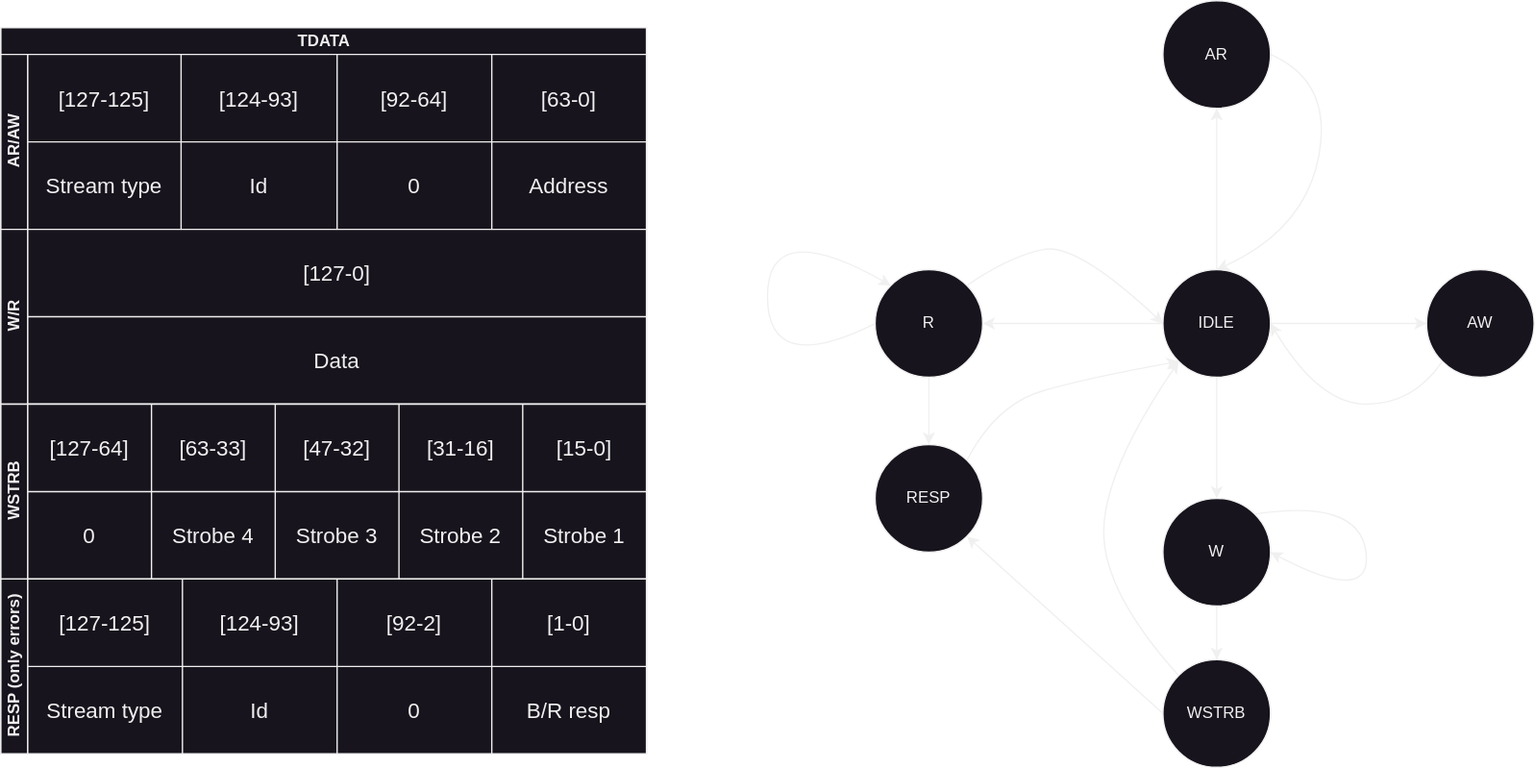
The draw.io diagram StateMachine.svg in BU-Cyber-Physical-Systems-Lab/EthHelper, before a commit. Source tidied: cells renumbered, new cells last; positions are measured from the earlier drawing's top-left corner, leaving out a move shared by most shapes. The source it was exported from:
```xml
<mxGraphModel>
  <root>
    <mxCell id="0" />
    <mxCell id="1" parent="0" />
    <mxCell id="2" value="IDLE" style="ellipse;whiteSpace=wrap;html=1;" parent="1" vertex="1">
      <mxGeometry x="864" y="200" width="80" height="80" as="geometry" />
    </mxCell>
    <mxCell id="3" value="AR" style="ellipse;whiteSpace=wrap;html=1;" parent="1" vertex="1">
      <mxGeometry x="864" width="80" height="80" as="geometry" />
    </mxCell>
    <mxCell id="4" value="R" style="ellipse;whiteSpace=wrap;html=1;" parent="1" vertex="1">
      <mxGeometry x="650" y="200" width="80" height="80" as="geometry" />
    </mxCell>
    <mxCell id="5" style="endArrow=classic;html=1;rounded=0;entryX=0.5;entryY=1;entryDx=0;entryDy=0;exitX=0.5;exitY=0;exitDx=0;exitDy=0;" parent="1" edge="1" source="2" target="3">
      <mxGeometry relative="1" as="geometry" />
    </mxCell>
    <mxCell id="6" style="curved=1;endArrow=classic;html=1;rounded=0;exitX=1;exitY=0.5;exitDx=0;exitDy=0;entryX=0.5;entryY=0;entryDx=0;entryDy=0;" parent="1" edge="1" source="3" target="2">
      <mxGeometry relative="1" as="geometry">
        <Array as="points">
          <mxPoint x="990" y="60" />
          <mxPoint x="970" y="170" />
        </Array>
      </mxGeometry>
    </mxCell>
    <mxCell id="7" style="endArrow=classic;html=1;rounded=0;exitX=0;exitY=0.5;exitDx=0;exitDy=0;entryX=1;entryY=0.5;entryDx=0;entryDy=0;" parent="1" edge="1" source="2" target="4">
      <mxGeometry relative="1" as="geometry" />
    </mxCell>
    <mxCell id="8" style="curved=1;endArrow=classic;html=1;rounded=0;exitX=0;exitY=0.5;exitDx=0;exitDy=0;entryX=0;entryY=0;entryDx=0;entryDy=0;" parent="1" edge="1" source="4" target="4">
      <mxGeometry relative="1" as="geometry">
        <Array as="points">
          <mxPoint x="570" y="280" />
          <mxPoint x="570" y="160" />
        </Array>
      </mxGeometry>
    </mxCell>
    <mxCell id="9" style="curved=1;endArrow=classic;html=1;rounded=0;exitX=1;exitY=0;exitDx=0;exitDy=0;entryX=0;entryY=0.5;entryDx=0;entryDy=0;" parent="1" edge="1" source="4" target="2">
      <mxGeometry relative="1" as="geometry">
        <Array as="points">
          <mxPoint x="750" y="190" />
          <mxPoint x="800" y="180" />
        </Array>
      </mxGeometry>
    </mxCell>
    <mxCell id="10" value="AW" style="ellipse;whiteSpace=wrap;html=1;" parent="1" vertex="1">
      <mxGeometry x="1060" y="200" width="80" height="80" as="geometry" />
    </mxCell>
    <mxCell id="11" style="endArrow=classic;html=1;rounded=0;exitX=1;exitY=0.5;exitDx=0;exitDy=0;entryX=0;entryY=0.5;entryDx=0;entryDy=0;" parent="1" edge="1" source="2" target="10">
      <mxGeometry relative="1" as="geometry" />
    </mxCell>
    <mxCell id="12" style="curved=1;endArrow=classic;html=1;rounded=0;exitX=0;exitY=1;exitDx=0;exitDy=0;entryX=1;entryY=0.5;entryDx=0;entryDy=0;" parent="1" edge="1" source="10" target="2">
      <mxGeometry relative="1" as="geometry">
        <Array as="points">
          <mxPoint x="1050" y="300" />
          <mxPoint x="980" y="300" />
        </Array>
      </mxGeometry>
    </mxCell>
    <mxCell id="13" value="W" style="ellipse;whiteSpace=wrap;html=1;" parent="1" vertex="1">
      <mxGeometry x="864" y="370" width="80" height="80" as="geometry" />
    </mxCell>
    <mxCell id="14" value="WSTRB" style="ellipse;whiteSpace=wrap;html=1;" parent="1" vertex="1">
      <mxGeometry x="864" y="490" width="80" height="80" as="geometry" />
    </mxCell>
    <mxCell id="15" value="RESP" style="ellipse;whiteSpace=wrap;html=1;" parent="1" vertex="1">
      <mxGeometry x="650" y="330" width="80" height="80" as="geometry" />
    </mxCell>
    <mxCell id="16" style="endArrow=classic;html=1;rounded=0;exitX=0.5;exitY=1;exitDx=0;exitDy=0;entryX=0.5;entryY=0;entryDx=0;entryDy=0;" parent="1" edge="1" source="2" target="13">
      <mxGeometry relative="1" as="geometry" />
    </mxCell>
    <mxCell id="17" style="endArrow=classic;html=1;rounded=0;exitX=0.5;exitY=1;exitDx=0;exitDy=0;entryX=0.5;entryY=0;entryDx=0;entryDy=0;" parent="1" edge="1" source="13" target="14">
      <mxGeometry relative="1" as="geometry" />
    </mxCell>
    <mxCell id="18" style="endArrow=classic;html=1;rounded=0;exitX=0;exitY=0.5;exitDx=0;exitDy=0;entryX=1;entryY=1;entryDx=0;entryDy=0;" parent="1" edge="1" source="14" target="15">
      <mxGeometry relative="1" as="geometry" />
    </mxCell>
    <mxCell id="19" style="curved=1;endArrow=classic;html=1;rounded=0;entryX=0;entryY=1;entryDx=0;entryDy=0;exitX=1;exitY=0;exitDx=0;exitDy=0;" parent="1" edge="1" source="15" target="2">
      <mxGeometry relative="1" as="geometry">
        <Array as="points">
          <mxPoint x="740" y="300" />
          <mxPoint x="810" y="280" />
        </Array>
      </mxGeometry>
    </mxCell>
    <mxCell id="20" style="curved=1;endArrow=classic;html=1;rounded=0;exitX=1;exitY=0;exitDx=0;exitDy=0;entryX=1;entryY=0.5;entryDx=0;entryDy=0;" parent="1" edge="1" source="13" target="13">
      <mxGeometry relative="1" as="geometry">
        <Array as="points">
          <mxPoint x="1010" y="370" />
          <mxPoint x="1020" y="450" />
        </Array>
      </mxGeometry>
    </mxCell>
    <mxCell id="21" value="TDATA" style="swimlane;horizontal=1;startSize=20;html=1;" parent="1" vertex="1">
      <mxGeometry y="20" width="480" height="540" as="geometry" />
    </mxCell>
    <mxCell id="22" value="AR/AW" style="swimlane;startSize=20;horizontal=0;html=1;" parent="21" vertex="1">
      <mxGeometry y="20" width="480" height="130" as="geometry" />
    </mxCell>
    <mxCell id="23" style="shape=table;startSize=0;fontSize=16;" parent="22" vertex="1">
      <mxGeometry x="20" width="460" height="130" as="geometry" />
    </mxCell>
    <mxCell id="24" style="shape=tableRow;horizontal=0;startSize=0;swimlaneHead=0;swimlaneBody=0;strokeColor=inherit;top=0;left=0;bottom=0;right=0;fillColor=none;fontSize=16;" parent="23" vertex="1">
      <mxGeometry width="460" height="65" as="geometry" />
    </mxCell>
    <mxCell id="25" value="[127-125]" style="shape=partialRectangle;html=1;whiteSpace=wrap;strokeColor=inherit;overflow=hidden;fillColor=none;top=0;left=0;bottom=0;right=0;fontSize=16;" parent="24" vertex="1">
      <mxGeometry width="114" height="65" as="geometry" />
    </mxCell>
    <mxCell id="26" value="[124-93]" style="shape=partialRectangle;html=1;whiteSpace=wrap;strokeColor=inherit;overflow=hidden;fillColor=none;top=0;left=0;bottom=0;right=0;fontSize=16;" parent="24" vertex="1">
      <mxGeometry x="114" width="116" height="65" as="geometry" />
    </mxCell>
    <mxCell id="27" value="[92-64]" style="shape=partialRectangle;html=1;whiteSpace=wrap;strokeColor=inherit;overflow=hidden;fillColor=none;top=0;left=0;bottom=0;right=0;fontSize=16;" parent="24" vertex="1">
      <mxGeometry x="230" width="115" height="65" as="geometry" />
    </mxCell>
    <mxCell id="28" value="[63-0]" style="shape=partialRectangle;html=1;whiteSpace=wrap;strokeColor=inherit;overflow=hidden;fillColor=none;top=0;left=0;bottom=0;right=0;fontSize=16;" parent="24" vertex="1">
      <mxGeometry x="345" width="115" height="65" as="geometry" />
    </mxCell>
    <mxCell id="29" style="shape=tableRow;horizontal=0;startSize=0;swimlaneHead=0;swimlaneBody=0;strokeColor=inherit;top=0;left=0;bottom=0;right=0;fillColor=none;fontSize=16;" parent="23" vertex="1">
      <mxGeometry y="65" width="460" height="65" as="geometry" />
    </mxCell>
    <mxCell id="30" value="Stream type" style="shape=partialRectangle;html=1;whiteSpace=wrap;strokeColor=inherit;overflow=hidden;fillColor=none;top=0;left=0;bottom=0;right=0;fontSize=16;" parent="29" vertex="1">
      <mxGeometry width="114" height="65" as="geometry" />
    </mxCell>
    <mxCell id="31" value="Id" style="shape=partialRectangle;html=1;whiteSpace=wrap;strokeColor=inherit;overflow=hidden;fillColor=none;top=0;left=0;bottom=0;right=0;fontSize=16;" parent="29" vertex="1">
      <mxGeometry x="114" width="116" height="65" as="geometry" />
    </mxCell>
    <mxCell id="32" value="0" style="shape=partialRectangle;html=1;whiteSpace=wrap;strokeColor=inherit;overflow=hidden;fillColor=none;top=0;left=0;bottom=0;right=0;fontSize=16;" parent="29" vertex="1">
      <mxGeometry x="230" width="115" height="65" as="geometry" />
    </mxCell>
    <mxCell id="33" value="Address" style="shape=partialRectangle;html=1;whiteSpace=wrap;strokeColor=inherit;overflow=hidden;fillColor=none;top=0;left=0;bottom=0;right=0;fontSize=16;" parent="29" vertex="1">
      <mxGeometry x="345" width="115" height="65" as="geometry" />
    </mxCell>
    <mxCell id="34" value="W/R" style="swimlane;startSize=20;horizontal=0;html=1;" parent="21" vertex="1">
      <mxGeometry y="150" width="480" height="130" as="geometry" />
    </mxCell>
    <mxCell id="35" style="shape=table;startSize=0;fontSize=16;" parent="34" vertex="1">
      <mxGeometry x="20" width="460" height="130" as="geometry" />
    </mxCell>
    <mxCell id="36" style="shape=tableRow;horizontal=0;startSize=0;swimlaneHead=0;swimlaneBody=0;strokeColor=inherit;top=0;left=0;bottom=0;right=0;fillColor=none;fontSize=16;" parent="35" vertex="1">
      <mxGeometry width="460" height="65" as="geometry" />
    </mxCell>
    <mxCell id="37" value="[127-0]" style="shape=partialRectangle;html=1;whiteSpace=wrap;strokeColor=inherit;overflow=hidden;fillColor=none;top=0;left=0;bottom=0;right=0;fontSize=16;" parent="36" vertex="1">
      <mxGeometry width="460" height="65" as="geometry" />
    </mxCell>
    <mxCell id="38" style="shape=tableRow;horizontal=0;startSize=0;swimlaneHead=0;swimlaneBody=0;strokeColor=inherit;top=0;left=0;bottom=0;right=0;fillColor=none;fontSize=16;" parent="35" vertex="1">
      <mxGeometry y="65" width="460" height="65" as="geometry" />
    </mxCell>
    <mxCell id="39" value="Data" style="shape=partialRectangle;html=1;whiteSpace=wrap;strokeColor=inherit;overflow=hidden;fillColor=none;top=0;left=0;bottom=0;right=0;fontSize=16;" parent="38" vertex="1">
      <mxGeometry width="460" height="65" as="geometry" />
    </mxCell>
    <mxCell id="40" value="WSTRB" style="swimlane;startSize=20;horizontal=0;html=1;" parent="21" vertex="1">
      <mxGeometry y="280" width="480" height="130" as="geometry" />
    </mxCell>
    <mxCell id="41" style="shape=table;startSize=0;fontSize=16;" parent="40" vertex="1">
      <mxGeometry x="20" width="460" height="130" as="geometry" />
    </mxCell>
    <mxCell id="42" style="shape=tableRow;horizontal=0;startSize=0;swimlaneHead=0;swimlaneBody=0;strokeColor=inherit;top=0;left=0;bottom=0;right=0;fillColor=none;fontSize=16;" parent="41" vertex="1">
      <mxGeometry width="460" height="65" as="geometry" />
    </mxCell>
    <mxCell id="43" value="[127-64]" style="shape=partialRectangle;html=1;whiteSpace=wrap;strokeColor=inherit;overflow=hidden;fillColor=none;top=0;left=0;bottom=0;right=0;fontSize=16;" parent="42" vertex="1">
      <mxGeometry width="92" height="65" as="geometry" />
    </mxCell>
    <mxCell id="44" value="[63-33]" style="shape=partialRectangle;html=1;whiteSpace=wrap;strokeColor=inherit;overflow=hidden;fillColor=none;top=0;left=0;bottom=0;right=0;fontSize=16;" parent="42" vertex="1">
      <mxGeometry x="92" width="92" height="65" as="geometry" />
    </mxCell>
    <mxCell id="45" value="[47-32]" style="shape=partialRectangle;html=1;whiteSpace=wrap;strokeColor=inherit;overflow=hidden;fillColor=none;top=0;left=0;bottom=0;right=0;fontSize=16;" parent="42" vertex="1">
      <mxGeometry x="184" width="92" height="65" as="geometry" />
    </mxCell>
    <mxCell id="46" value="[31-16]" style="shape=partialRectangle;html=1;whiteSpace=wrap;strokeColor=inherit;overflow=hidden;fillColor=none;top=0;left=0;bottom=0;right=0;fontSize=16;" parent="42" vertex="1">
      <mxGeometry x="276" width="92" height="65" as="geometry" />
    </mxCell>
    <mxCell id="47" value="[15-0]" style="shape=partialRectangle;html=1;whiteSpace=wrap;strokeColor=inherit;overflow=hidden;fillColor=none;top=0;left=0;bottom=0;right=0;fontSize=16;" parent="42" vertex="1">
      <mxGeometry x="368" width="92" height="65" as="geometry" />
    </mxCell>
    <mxCell id="48" style="shape=tableRow;horizontal=0;startSize=0;swimlaneHead=0;swimlaneBody=0;strokeColor=inherit;top=0;left=0;bottom=0;right=0;fillColor=none;fontSize=16;" parent="41" vertex="1">
      <mxGeometry y="65" width="460" height="65" as="geometry" />
    </mxCell>
    <mxCell id="49" value="0" style="shape=partialRectangle;html=1;whiteSpace=wrap;strokeColor=inherit;overflow=hidden;fillColor=none;top=0;left=0;bottom=0;right=0;fontSize=16;" parent="48" vertex="1">
      <mxGeometry width="92" height="65" as="geometry" />
    </mxCell>
    <mxCell id="50" value="Strobe 4" style="shape=partialRectangle;html=1;whiteSpace=wrap;strokeColor=inherit;overflow=hidden;fillColor=none;top=0;left=0;bottom=0;right=0;fontSize=16;" parent="48" vertex="1">
      <mxGeometry x="92" width="92" height="65" as="geometry" />
    </mxCell>
    <mxCell id="51" value="Strobe 3" style="shape=partialRectangle;html=1;whiteSpace=wrap;strokeColor=inherit;overflow=hidden;fillColor=none;top=0;left=0;bottom=0;right=0;fontSize=16;" parent="48" vertex="1">
      <mxGeometry x="184" width="92" height="65" as="geometry" />
    </mxCell>
    <mxCell id="52" value="Strobe 2" style="shape=partialRectangle;html=1;whiteSpace=wrap;strokeColor=inherit;overflow=hidden;fillColor=none;top=0;left=0;bottom=0;right=0;fontSize=16;" parent="48" vertex="1">
      <mxGeometry x="276" width="92" height="65" as="geometry" />
    </mxCell>
    <mxCell id="53" value="Strobe 1" style="shape=partialRectangle;html=1;whiteSpace=wrap;strokeColor=inherit;overflow=hidden;fillColor=none;top=0;left=0;bottom=0;right=0;fontSize=16;" parent="48" vertex="1">
      <mxGeometry x="368" width="92" height="65" as="geometry" />
    </mxCell>
    <mxCell id="54" value="RESP (only errors)" style="swimlane;startSize=20;horizontal=0;html=1;" parent="21" vertex="1">
      <mxGeometry y="410" width="480" height="130" as="geometry" />
    </mxCell>
    <mxCell id="55" style="shape=table;startSize=0;fontSize=16;" parent="54" vertex="1">
      <mxGeometry x="20" width="460" height="130" as="geometry" />
    </mxCell>
    <mxCell id="56" style="shape=tableRow;horizontal=0;startSize=0;swimlaneHead=0;swimlaneBody=0;strokeColor=inherit;top=0;left=0;bottom=0;right=0;fillColor=none;fontSize=16;" parent="55" vertex="1">
      <mxGeometry width="460" height="65" as="geometry" />
    </mxCell>
    <mxCell id="57" value="[127-125]" style="shape=partialRectangle;html=1;whiteSpace=wrap;strokeColor=inherit;overflow=hidden;fillColor=none;top=0;left=0;bottom=0;right=0;fontSize=16;" parent="56" vertex="1">
      <mxGeometry width="115" height="65" as="geometry" />
    </mxCell>
    <mxCell id="58" value="[124-93]" style="shape=partialRectangle;html=1;whiteSpace=wrap;strokeColor=inherit;overflow=hidden;fillColor=none;top=0;left=0;bottom=0;right=0;fontSize=16;" parent="56" vertex="1">
      <mxGeometry x="115" width="115" height="65" as="geometry" />
    </mxCell>
    <mxCell id="59" value="[92-2]" style="shape=partialRectangle;html=1;whiteSpace=wrap;strokeColor=inherit;overflow=hidden;fillColor=none;top=0;left=0;bottom=0;right=0;fontSize=16;" parent="56" vertex="1">
      <mxGeometry x="230" width="115" height="65" as="geometry" />
    </mxCell>
    <mxCell id="60" value="[1-0]" style="shape=partialRectangle;html=1;whiteSpace=wrap;strokeColor=inherit;overflow=hidden;fillColor=none;top=0;left=0;bottom=0;right=0;fontSize=16;" parent="56" vertex="1">
      <mxGeometry x="345" width="115" height="65" as="geometry" />
    </mxCell>
    <mxCell id="61" style="shape=tableRow;horizontal=0;startSize=0;swimlaneHead=0;swimlaneBody=0;strokeColor=inherit;top=0;left=0;bottom=0;right=0;fillColor=none;fontSize=16;" parent="55" vertex="1">
      <mxGeometry y="65" width="460" height="65" as="geometry" />
    </mxCell>
    <mxCell id="62" value="Stream type" style="shape=partialRectangle;html=1;whiteSpace=wrap;strokeColor=inherit;overflow=hidden;fillColor=none;top=0;left=0;bottom=0;right=0;fontSize=16;" parent="61" vertex="1">
      <mxGeometry width="115" height="65" as="geometry" />
    </mxCell>
    <mxCell id="63" value="Id" style="shape=partialRectangle;html=1;whiteSpace=wrap;strokeColor=inherit;overflow=hidden;fillColor=none;top=0;left=0;bottom=0;right=0;fontSize=16;" parent="61" vertex="1">
      <mxGeometry x="115" width="115" height="65" as="geometry" />
    </mxCell>
    <mxCell id="64" value="0" style="shape=partialRectangle;html=1;whiteSpace=wrap;strokeColor=inherit;overflow=hidden;fillColor=none;top=0;left=0;bottom=0;right=0;fontSize=16;" parent="61" vertex="1">
      <mxGeometry x="230" width="115" height="65" as="geometry" />
    </mxCell>
    <mxCell id="65" value="B/R resp" style="shape=partialRectangle;html=1;whiteSpace=wrap;strokeColor=inherit;overflow=hidden;fillColor=none;top=0;left=0;bottom=0;right=0;fontSize=16;" parent="61" vertex="1">
      <mxGeometry x="345" width="115" height="65" as="geometry" />
    </mxCell>
    <mxCell id="66" style="endArrow=classic;html=1;rounded=0;exitX=0.5;exitY=1;exitDx=0;exitDy=0;entryX=0.5;entryY=0;entryDx=0;entryDy=0;" parent="1" edge="1" source="4" target="15">
      <mxGeometry relative="1" as="geometry" />
    </mxCell>
    <mxCell id="67" style="curved=1;endArrow=classic;html=1;rounded=0;entryX=0;entryY=1;entryDx=0;entryDy=0;exitX=0;exitY=0;exitDx=0;exitDy=0;" parent="1" edge="1" source="14" target="2">
      <mxGeometry relative="1" as="geometry">
        <Array as="points">
          <mxPoint x="820" y="440" />
          <mxPoint x="820" y="350" />
        </Array>
      </mxGeometry>
    </mxCell>
  </root>
</mxGraphModel>
```
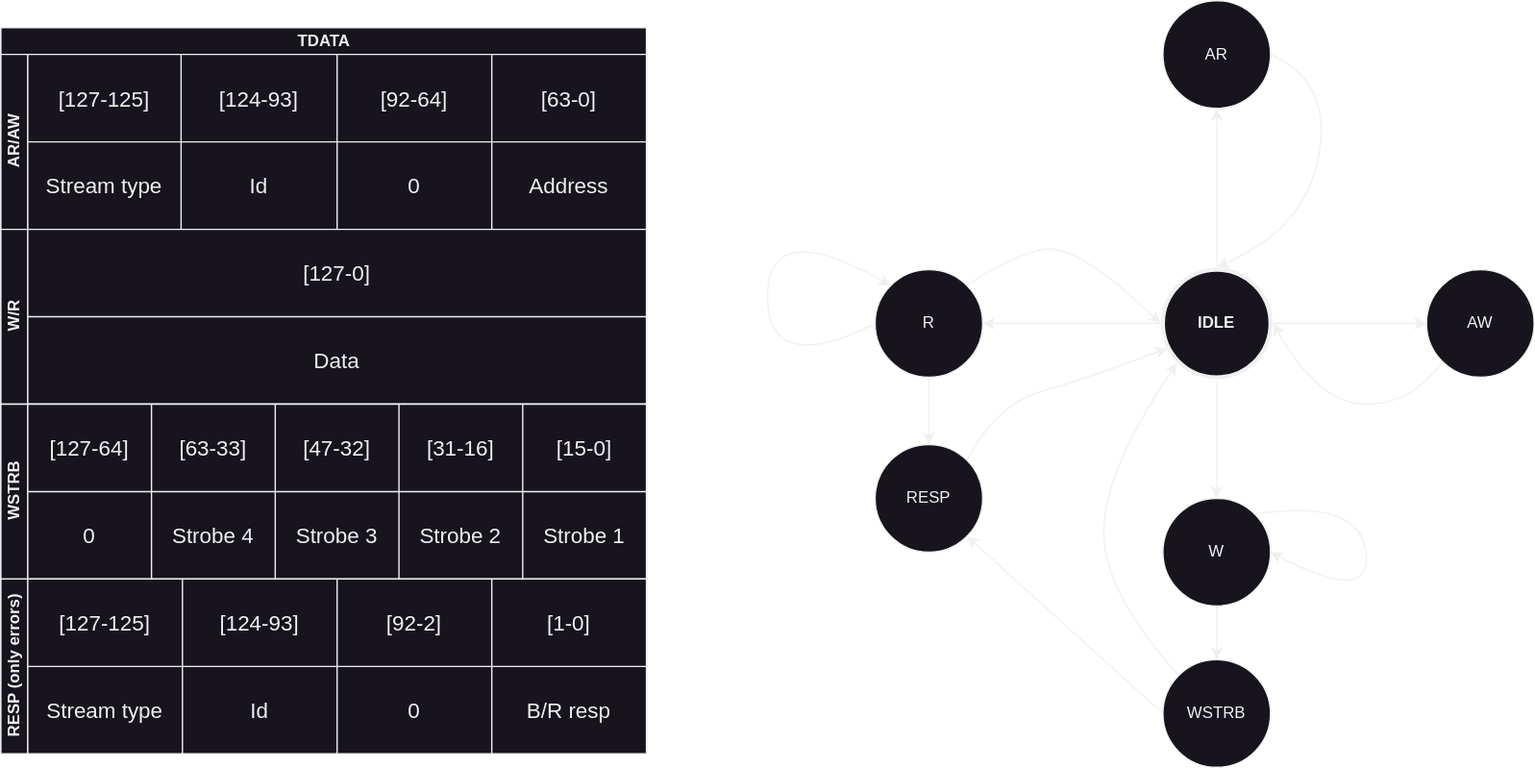
The same diagram one commit later.

Commit message:
fix(statemachine): fix stlye of default state

Change to the diagram source:
```diff
@@ -2,7 +2,7 @@
   <root>
     <mxCell id="0" />
     <mxCell id="1" parent="0" />
-    <mxCell id="2" value="IDLE" style="ellipse;whiteSpace=wrap;html=1;" parent="1" vertex="1">
+    <mxCell id="2" value="&lt;b&gt;IDLE&lt;/b&gt;" style="ellipse;whiteSpace=wrap;html=1;perimeterSpacing=2;strokeWidth=3;" parent="1" vertex="1">
       <mxGeometry x="864" y="200" width="80" height="80" as="geometry" />
     </mxCell>
     <mxCell id="3" value="AR" style="ellipse;whiteSpace=wrap;html=1;" parent="1" vertex="1">
@@ -73,7 +73,7 @@
     <mxCell id="18" style="endArrow=classic;html=1;rounded=0;exitX=0;exitY=0.5;exitDx=0;exitDy=0;entryX=1;entryY=1;entryDx=0;entryDy=0;" parent="1" edge="1" source="14" target="15">
       <mxGeometry relative="1" as="geometry" />
     </mxCell>
-    <mxCell id="19" style="curved=1;endArrow=classic;html=1;rounded=0;entryX=0;entryY=1;entryDx=0;entryDy=0;exitX=1;exitY=0;exitDx=0;exitDy=0;" parent="1" edge="1" source="15" target="2">
+    <mxCell id="19" style="curved=1;endArrow=classic;html=1;rounded=0;entryX=0.063;entryY=0.72;entryDx=0;entryDy=0;exitX=1;exitY=0;exitDx=0;exitDy=0;entryPerimeter=0;" parent="1" edge="1" source="15" target="2">
       <mxGeometry relative="1" as="geometry">
         <Array as="points">
           <mxPoint x="740" y="300" />
```
